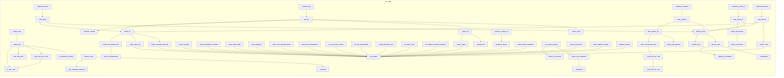
The Mermaid diagram project/calls.png in semcod/fixop, before a commit. Its source is kept beside it as project/calls.mmd.
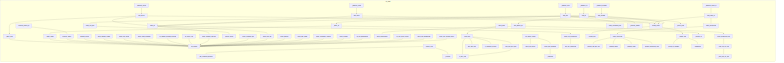
After the change.

The edit, as a diff of the source:
```diff
@@ -1,104 +1,118 @@
 flowchart LR
     subgraph src_fixop
+        src__fixop__dns__fix_resolv_conf["fix_resolv_conf"]
+        src__fixop__tls___handle_connection_error["_handle_connection_error"]
+        src__fixop__cli___dispatch_fix["_dispatch_fix"]
+        src__fixop__cli__output___summarize["_summarize"]
+        src__fixop__health__check_ssh_service["check_ssh_service"]
+        src__fixop__deploy___scan_file_for_vars["_scan_file_for_vars"]
+        src__fixop__cli__validate_cmd__cmd_check_tls["cmd_check_tls"]
+        src__fixop__deploy__check_unresolved_vars["check_unresolved_vars"]
+        src__fixop__cli__drift_cmd__cmd_drift["cmd_drift"]
+        src__fixop__cli__check_cmd___apply_fixes["_apply_fixes"]
+        src__fixop__ssh__check_ssh_connectivity["check_ssh_connectivity"]
+        src__fixop__cli___dispatch_check_tls["_dispatch_check_tls"]
+        src__fixop__deploy__scan_deploy_dir["scan_deploy_dir"]
+        src__fixop__deploy__check_placeholders["check_placeholders"]
+        src__fixop__cli__output___format_json["_format_json"]
+        src__fixop__dns__check_systemd_resolved["check_systemd_resolved"]
+        src__fixop__dns__check_container_dns["check_container_dns"]
+        src__fixop__firewall__check_ufw_forward_policy["check_ufw_forward_policy"]
+        src__fixop__tls__check_acme_readiness["check_acme_readiness"]
+        src__fixop__drift__check_file_drift["check_file_drift"]
+        src__fixop__cli___dispatch_drift["_dispatch_drift"]
+        src__fixop__tls___validate_issuer["_validate_issuer"]
+        src__fixop__containers__check_disk_usage["check_disk_usage"]
+        src__fixop__ports__find_free_port_near["find_free_port_near"]
+        src__fixop__tls___validate_expiry["_validate_expiry"]
+        src__fixop__cli__output___format_text["_format_text"]
+        src__fixop__transport__run_remote["run_remote"]
+        src__fixop__firewall__fix_nat_masquerade["fix_nat_masquerade"]
+        src__fixop__cli___dispatch_check["_dispatch_check"]
+        src__fixop__cli___dispatch_validate["_dispatch_validate"]
+        src__fixop__cli__validate_cmd__cmd_validate["cmd_validate"]
+        src__fixop__systemd__graceful_restart_all["graceful_restart_all"]
+        src__fixop__cli__fix_cmd___apply_all["_apply_all"]
         src__fixop__health__check_http_endpoint["check_http_endpoint"]
+        src__fixop__cli__output___group_by_category["_group_by_category"]
+        src__fixop__cli__fix_cmd___apply_single["_apply_single"]
+        src__fixop__cli__fix_cmd___report_fixes["_report_fixes"]
+        src__fixop__cli__check_cmd__cmd_check["cmd_check"]
+        src__fixop__transport__test_ssh_connection["test_ssh_connection"]
+        src__fixop__cli___dispatch_doctor["_dispatch_doctor"]
+        src__fixop__cli__fix_cmd__cmd_fix["cmd_fix"]
+        src__fixop__drift__check_untracked_files["check_untracked_files"]
+        src__fixop__dns__fix_disable_systemd_resolved["fix_disable_systemd_resolved"]
+        src__fixop__systemd__graceful_restart["graceful_restart"]
+        src__fixop__health___unhealthy["_unhealthy"]
+        src__fixop__classify___truncate["_truncate"]
+        src__fixop__tls__check_certificates["check_certificates"]
+        src__fixop__cli__output__output_issues["output_issues"]
+        src__fixop__systemd__check_unit_status["check_unit_status"]
+        src__fixop__cli__fix_cmd___discover_fixable["_discover_fixable"]
+        src__fixop__tls__check_certificate["check_certificate"]
+        src__fixop__containers__check_memory["check_memory"]
+        src__fixop__ports__check_port["check_port"]
         src__fixop__systemd__check_quadlet_loaded["check_quadlet_loaded"]
-        src__fixop__tls__check_certificate["check_certificate"]
-        src__fixop__deploy___scan_file_for_vars["_scan_file_for_vars"]
-        src__fixop__systemd__graceful_restart_all["graceful_restart_all"]
-        src__fixop__firewall__fix_nat_masquerade["fix_nat_masquerade"]
-        src__fixop__dns__check_container_dns["check_container_dns"]
+        src__fixop__health__run_health_checks["run_health_checks"]
+        src__fixop__firewall__fix_ufw_allow_routed["fix_ufw_allow_routed"]
+        src__fixop__ports__who_uses_port["who_uses_port"]
+        src__fixop__cli__fix_cmd___confirm_fix["_confirm_fix"]
+        src__fixop__cli__check_cmd__cmd_doctor["cmd_doctor"]
         src__fixop__deploy___scan_line_for_vars["_scan_line_for_vars"]
-        src__fixop__firewall__fix_ufw_allow_routed["fix_ufw_allow_routed"]
-        src__fixop__cli___dispatch_validate["_dispatch_validate"]
-        src__fixop__cli__fix_cmd___apply_single["_apply_single"]
-        src__fixop__containers__check_memory["check_memory"]
-        src__fixop__deploy__check_placeholders["check_placeholders"]
-        src__fixop__cli__fix_cmd___apply_all["_apply_all"]
-        src__fixop__containers__check_disk_usage["check_disk_usage"]
-        src__fixop__health___unhealthy["_unhealthy"]
-        src__fixop__cli__check_cmd__cmd_doctor["cmd_doctor"]
         src__fixop__classify__classify_error["classify_error"]
-        src__fixop__tls__check_certificates["check_certificates"]
-        src__fixop__cli__output___format_json["_format_json"]
-        src__fixop__cli__output___summarize["_summarize"]
-        src__fixop__classify___truncate["_truncate"]
-        src__fixop__cli___dispatch_doctor["_dispatch_doctor"]
-        src__fixop__cli__validate_cmd__cmd_check_tls["cmd_check_tls"]
-        src__fixop__ports__check_port["check_port"]
-        src__fixop__transport__run_remote["run_remote"]
-        src__fixop__cli___dispatch_check_tls["_dispatch_check_tls"]
+        src__fixop__ports__is_port_free["is_port_free"]
+        src__fixop__drift___extract_blocks["_extract_blocks"]
+        src__fixop__ports__is_container_process["is_container_process"]
+        src__fixop__check_all["check_all"]
+        src__fixop__tls___connect_and_get_cert["_connect_and_get_cert"]
+        src__fixop__containers__check_runtime["check_runtime"]
+        src__fixop__firewall__check_nat_masquerade["check_nat_masquerade"]
+        src__fixop__dns__check_host_dns["check_host_dns"]
         src__fixop__systemd__daemon_reload["daemon_reload"]
-        src__fixop__ports__is_container_process["is_container_process"]
-        src__fixop__tls__check_acme_readiness["check_acme_readiness"]
-        src__fixop__ports__who_uses_port["who_uses_port"]
-        src__fixop__cli__fix_cmd___discover_fixable["_discover_fixable"]
-        src__fixop__systemd__check_unit_status["check_unit_status"]
-        src__fixop__firewall__check_ufw_forward_policy["check_ufw_forward_policy"]
         src__fixop__classify___get_compiled_patterns["_get_compiled_patterns"]
-        src__fixop__ports__is_port_free["is_port_free"]
         src__fixop__ports__check_ports["check_ports"]
-        src__fixop__ssh__check_ssh_connectivity["check_ssh_connectivity"]
-        src__fixop__containers__check_runtime["check_runtime"]
-        src__fixop__check_all["check_all"]
-        src__fixop__cli__validate_cmd__cmd_validate["cmd_validate"]
-        src__fixop__ports__find_free_port_near["find_free_port_near"]
-        src__fixop__cli__output__output_issues["output_issues"]
-        src__fixop__cli__check_cmd___apply_fixes["_apply_fixes"]
-        src__fixop__cli___dispatch_check["_dispatch_check"]
-        src__fixop__cli__fix_cmd__cmd_fix["cmd_fix"]
-        src__fixop__dns__fix_resolv_conf["fix_resolv_conf"]
-        src__fixop__cli__output___format_text["_format_text"]
-        src__fixop__dns__check_host_dns["check_host_dns"]
-        src__fixop__firewall__check_nat_masquerade["check_nat_masquerade"]
-        src__fixop__cli___dispatch_fix["_dispatch_fix"]
-        src__fixop__cli__check_cmd__cmd_check["cmd_check"]
-        src__fixop__cli__fix_cmd___confirm_fix["_confirm_fix"]
-        src__fixop__health__check_ssh_service["check_ssh_service"]
-        src__fixop__health__run_health_checks["run_health_checks"]
-        src__fixop__dns__fix_disable_systemd_resolved["fix_disable_systemd_resolved"]
-        src__fixop__dns__check_systemd_resolved["check_systemd_resolved"]
-        src__fixop__systemd__graceful_restart["graceful_restart"]
-        src__fixop__cli__fix_cmd___report_fixes["_report_fixes"]
         src__fixop__containers__check_containers_running["check_containers_running"]
-        src__fixop__deploy__check_unresolved_vars["check_unresolved_vars"]
-        src__fixop__deploy__scan_deploy_dir["scan_deploy_dir"]
-        src__fixop__transport__test_ssh_connection["test_ssh_connection"]
-        src__fixop__cli__output___group_by_category["_group_by_category"]
     end
+    src__fixop__firewall__check_ufw_forward_policy --> src__fixop__transport__run_remote
+    src__fixop__firewall__check_nat_masquerade --> src__fixop__transport__run_remote
+    src__fixop__firewall__fix_ufw_allow_routed --> src__fixop__transport__run_remote
+    src__fixop__firewall__fix_nat_masquerade --> src__fixop__transport__run_remote
+    src__fixop__classify__classify_error --> src__fixop__classify___get_compiled_patterns
+    src__fixop__classify__classify_error --> src__fixop__classify___truncate
     src__fixop__ports__find_free_port_near --> src__fixop__ports__is_port_free
     src__fixop__ports__check_port --> src__fixop__ports__is_port_free
     src__fixop__ports__check_port --> src__fixop__ports__who_uses_port
     src__fixop__ports__check_port --> src__fixop__ports__find_free_port_near
     src__fixop__ports__check_port --> src__fixop__ports__is_container_process
     src__fixop__ports__check_ports --> src__fixop__ports__check_port
-    src__fixop__check_all --> src__fixop__ssh__check_ssh_connectivity
-    src__fixop__check_all --> src__fixop__dns__check_host_dns
-    src__fixop__check_all --> src__fixop__dns__check_systemd_resolved
-    src__fixop__classify__classify_error --> src__fixop__classify___get_compiled_patterns
-    src__fixop__classify__classify_error --> src__fixop__classify___truncate
     src__fixop__containers__check_runtime --> src__fixop__transport__run_remote
     src__fixop__containers__check_containers_running --> src__fixop__transport__run_remote
     src__fixop__containers__check_disk_usage --> src__fixop__transport__run_remote
     src__fixop__containers__check_memory --> src__fixop__transport__run_remote
-    src__fixop__firewall__check_ufw_forward_policy --> src__fixop__transport__run_remote
-    src__fixop__firewall__check_nat_masquerade --> src__fixop__transport__run_remote
-    src__fixop__firewall__fix_ufw_allow_routed --> src__fixop__transport__run_remote
-    src__fixop__firewall__fix_nat_masquerade --> src__fixop__transport__run_remote
+    src__fixop__drift__check_file_drift --> src__fixop__drift___extract_blocks
     src__fixop__dns__check_host_dns --> src__fixop__transport__run_remote
     src__fixop__dns__check_container_dns --> src__fixop__transport__run_remote
     src__fixop__dns__check_systemd_resolved --> src__fixop__transport__run_remote
     src__fixop__dns__fix_resolv_conf --> src__fixop__transport__run_remote
     src__fixop__dns__fix_disable_systemd_resolved --> src__fixop__transport__run_remote
+    src__fixop__check_all --> src__fixop__ssh__check_ssh_connectivity
+    src__fixop__check_all --> src__fixop__dns__check_host_dns
+    src__fixop__check_all --> src__fixop__dns__check_systemd_resolved
+    src__fixop__health__check_http_endpoint --> src__fixop__health___unhealthy
+    src__fixop__health__run_health_checks --> src__fixop__health__check_ssh_service
+    src__fixop__health__run_health_checks --> src__fixop__health__check_http_endpoint
     src__fixop__deploy___scan_file_for_vars --> src__fixop__deploy___scan_line_for_vars
     src__fixop__deploy__check_unresolved_vars --> src__fixop__deploy___scan_file_for_vars
     src__fixop__deploy__scan_deploy_dir --> src__fixop__deploy__check_unresolved_vars
     src__fixop__deploy__scan_deploy_dir --> src__fixop__deploy__check_placeholders
+    src__fixop__ssh__check_ssh_connectivity --> src__fixop__transport__test_ssh_connection
+    src__fixop__tls__check_certificate --> src__fixop__tls___connect_and_get_cert
+    src__fixop__tls__check_certificate --> src__fixop__tls___validate_expiry
+    src__fixop__tls__check_certificate --> src__fixop__tls___validate_issuer
+    src__fixop__tls__check_certificate --> src__fixop__tls___handle_connection_error
     src__fixop__tls__check_certificates --> src__fixop__tls__check_certificate
     src__fixop__tls__check_acme_readiness --> src__fixop__transport__run_remote
-    src__fixop__health__check_http_endpoint --> src__fixop__health___unhealthy
-    src__fixop__health__run_health_checks --> src__fixop__health__check_ssh_service
-    src__fixop__health__run_health_checks --> src__fixop__health__check_http_endpoint
-    src__fixop__ssh__check_ssh_connectivity --> src__fixop__transport__test_ssh_connection
     src__fixop__systemd__check_unit_status --> src__fixop__transport__run_remote
     src__fixop__systemd__check_quadlet_loaded --> src__fixop__transport__run_remote
     src__fixop__systemd__daemon_reload --> src__fixop__transport__run_remote
@@ -108,11 +122,9 @@
     src__fixop__cli__output__output_issues --> src__fixop__cli__output___format_text
     src__fixop__cli__output___format_text --> src__fixop__cli__output___group_by_category
     src__fixop__cli__output___format_text --> src__fixop__cli__output___summarize
-    src__fixop__cli___dispatch_check --> src__fixop__cli__check_cmd__cmd_check
-    src__fixop__cli___dispatch_fix --> src__fixop__cli__fix_cmd__cmd_fix
-    src__fixop__cli___dispatch_validate --> src__fixop__cli__validate_cmd__cmd_validate
-    src__fixop__cli___dispatch_check_tls --> src__fixop__cli__validate_cmd__cmd_check_tls
-    src__fixop__cli___dispatch_doctor --> src__fixop__cli__check_cmd__cmd_doctor
+    src__fixop__cli__drift_cmd__cmd_drift --> src__fixop__drift__check_file_drift
+    src__fixop__cli__drift_cmd__cmd_drift --> src__fixop__cli__output__output_issues
+    src__fixop__cli__drift_cmd__cmd_drift --> src__fixop__drift__check_untracked_files
     src__fixop__cli__fix_cmd__cmd_fix --> src__fixop__check_all
     src__fixop__cli__fix_cmd__cmd_fix --> src__fixop__cli__fix_cmd___discover_fixable
     src__fixop__cli__fix_cmd__cmd_fix --> src__fixop__cli__fix_cmd___apply_all
@@ -120,6 +132,12 @@
     src__fixop__cli__fix_cmd___apply_single --> src__fixop__transport__run_remote
     src__fixop__cli__fix_cmd___apply_all --> src__fixop__cli__fix_cmd___apply_single
     src__fixop__cli__fix_cmd___apply_all --> src__fixop__cli__fix_cmd___confirm_fix
+    src__fixop__cli___dispatch_check --> src__fixop__cli__check_cmd__cmd_check
+    src__fixop__cli___dispatch_fix --> src__fixop__cli__fix_cmd__cmd_fix
+    src__fixop__cli___dispatch_validate --> src__fixop__cli__validate_cmd__cmd_validate
+    src__fixop__cli___dispatch_check_tls --> src__fixop__cli__validate_cmd__cmd_check_tls
+    src__fixop__cli___dispatch_drift --> src__fixop__cli__drift_cmd__cmd_drift
+    src__fixop__cli___dispatch_doctor --> src__fixop__cli__check_cmd__cmd_doctor
     src__fixop__cli__validate_cmd__cmd_validate --> src__fixop__deploy__scan_deploy_dir
     src__fixop__cli__validate_cmd__cmd_validate --> src__fixop__cli__output__output_issues
     src__fixop__cli__validate_cmd__cmd_check_tls --> src__fixop__tls__check_certificates
```
